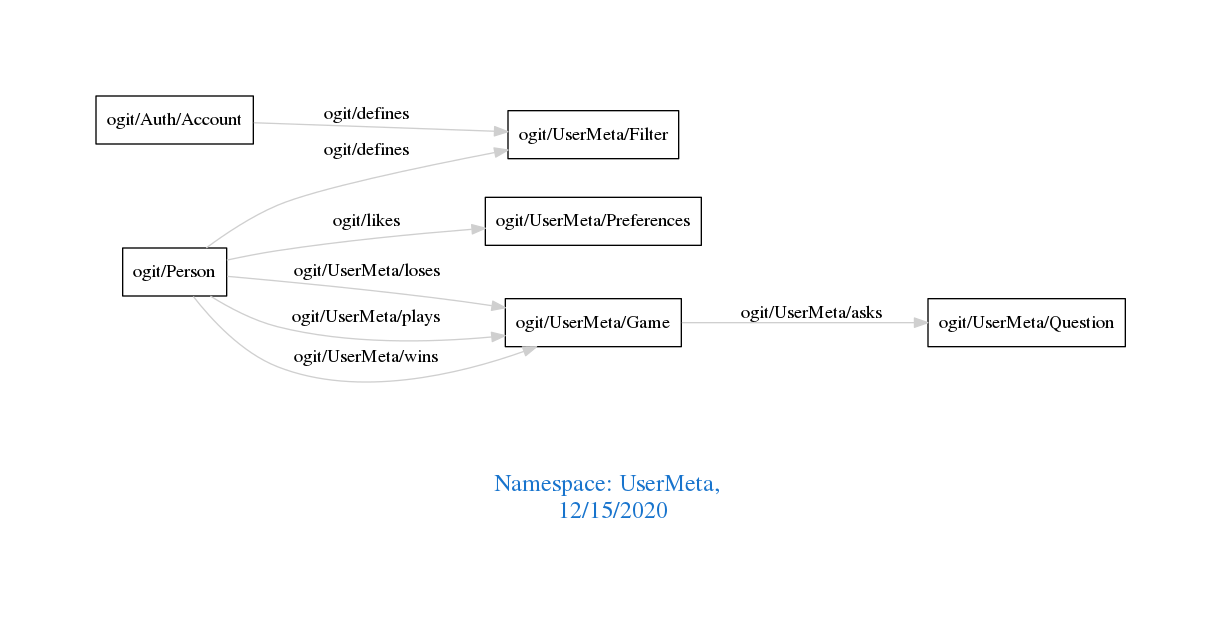
arago/OGIT keeps this Graphviz diagram as downloads/UserMeta.png. Above is the earlier version. Its source is kept beside it as downloads/UserMeta.dot.
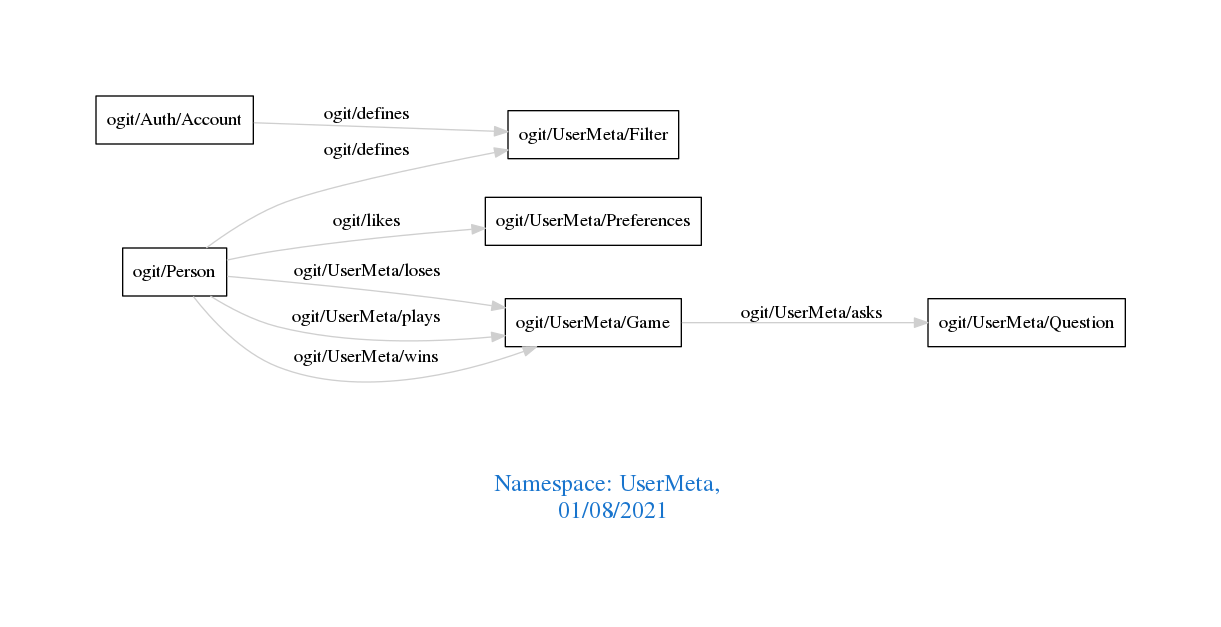
The same file after the commit.

The edit, as a diff of the source:
```diff
@@ -1,7 +1,7 @@
 digraph OGIT_ontology {
  graph [ rankdir= LR,pad=1
 fontsize = 18,
-fontcolor= dodgerblue3,label = "\n\n\nNamespace: UserMeta, \n 12/15/2020"];
+fontcolor= dodgerblue3,label = "\n\n\nNamespace: UserMeta, \n 01/08/2021"];
 node[shape=polygon];
 edge [  color="gray81"];
 
```
